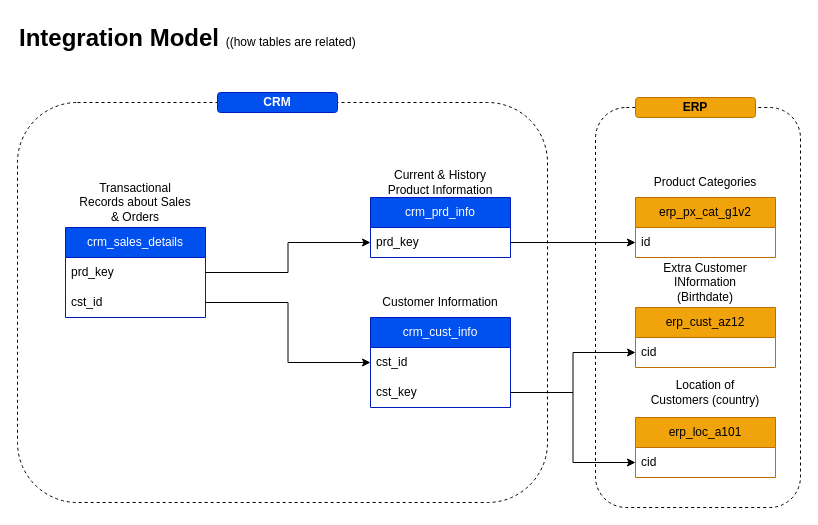
The draw.io diagram docs/integrationModel.drawio in felipeft/sql-data-warehouse-project, before the edit. Source tidied: cells renumbered, new cells numbered last; positions are measured from the earlier drawing's top-left corner, leaving out a move shared by most shapes. Both pictures are drawn from the tidied source at 100%, with x=0, y=0 at pixel (17, 17).
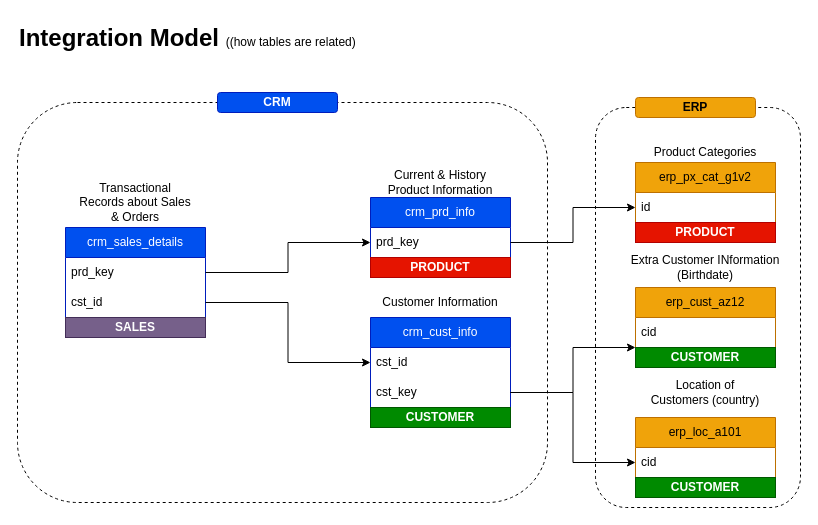
After the change.

What changed in the source:
```diff
@@
+    <mxCell id="29" style="rounded=1;whiteSpace=wrap;html=1;roundedPerimeter=1;fillColor=none;dashed=1;" parent="1" vertex="1">
+      <mxGeometry x="578" y="90" width="205" height="400" as="geometry" />
+    </mxCell>
@@
     <mxCell id="15" value="erp_cust_az12" style="swimlane;fontStyle=0;horizontal=1;startSize=30;whiteSpace=wrap;html=1;fillColor=#f0a30a;fontColor=#000000;strokeColor=#BD7000;" parent="1" vertex="1">
-      <mxGeometry x="618" y="290" width="140" height="60" as="geometry" />
+      <mxGeometry x="618" y="270" width="140" height="80" as="geometry" />
     </mxCell>
@@
+    <mxCell id="32" value="&lt;b&gt;CUSTOMER&lt;/b&gt;" style="rounded=0;whiteSpace=wrap;html=1;fillColor=#008a00;fontColor=#ffffff;strokeColor=#005700;" parent="15" vertex="1">
+      <mxGeometry y="60" width="140" height="20" as="geometry" />
+    </mxCell>
@@
     <mxCell id="20" value="Extra Customer INformation (Birthdate)" style="text;html=1;whiteSpace=wrap;strokeColor=none;fillColor=none;align=center;verticalAlign=middle;rounded=0;" parent="1" vertex="1">
-      <mxGeometry x="628" y="250" width="120" height="30" as="geometry" />
+      <mxGeometry x="602" y="235" width="172" height="30" as="geometry" />
     </mxCell>
@@
     <mxCell id="22" value="erp_px_cat_g1v2" style="swimlane;fontStyle=0;horizontal=1;startSize=30;whiteSpace=wrap;html=1;fillColor=#f0a30a;fontColor=#000000;strokeColor=#BD7000;" parent="1" vertex="1">
-      <mxGeometry x="618" y="180" width="140" height="60" as="geometry" />
+      <mxGeometry x="618" y="145" width="140" height="60" as="geometry" />
     </mxCell>
@@
     <mxCell id="26" value="Product Categories" style="text;html=1;whiteSpace=wrap;strokeColor=none;fillColor=none;align=center;verticalAlign=middle;rounded=0;" parent="1" vertex="1">
-      <mxGeometry x="628" y="150" width="120" height="30" as="geometry" />
+      <mxGeometry x="628" y="120" width="120" height="30" as="geometry" />
     </mxCell>
@@
-    <mxCell id="29" style="rounded=1;whiteSpace=wrap;html=1;roundedPerimeter=1;fillColor=none;dashed=1;" parent="1" vertex="1">
-      <mxGeometry x="578" y="90" width="205" height="400" as="geometry" />
-    </mxCell>
@@
+    <mxCell id="33" value="&lt;b&gt;PRODUCT&lt;/b&gt;" style="rounded=0;whiteSpace=wrap;html=1;fillColor=#e51400;fontColor=#ffffff;strokeColor=#B20000;" parent="1" vertex="1">
+      <mxGeometry x="353" y="240" width="140" height="20" as="geometry" />
+    </mxCell>
+    <mxCell id="34" value="&lt;b&gt;PRODUCT&lt;/b&gt;" style="rounded=0;whiteSpace=wrap;html=1;fillColor=#e51400;fontColor=#ffffff;strokeColor=#B20000;" parent="1" vertex="1">
+      <mxGeometry x="618" y="205" width="140" height="20" as="geometry" />
+    </mxCell>
+    <mxCell id="35" value="&lt;b&gt;CUSTOMER&lt;/b&gt;" style="rounded=0;whiteSpace=wrap;html=1;fillColor=#008a00;fontColor=#ffffff;strokeColor=#005700;" parent="1" vertex="1">
+      <mxGeometry x="353" y="390" width="140" height="20" as="geometry" />
+    </mxCell>
+    <mxCell id="36" value="&lt;b&gt;SALES&lt;/b&gt;" style="rounded=0;whiteSpace=wrap;html=1;fillColor=#76608a;strokeColor=#432D57;fontColor=#ffffff;" parent="1" vertex="1">
+      <mxGeometry x="48" y="300" width="140" height="20" as="geometry" />
+    </mxCell>
+    <mxCell id="37" value="&lt;b&gt;CUSTOMER&lt;/b&gt;" style="rounded=0;whiteSpace=wrap;html=1;fillColor=#008a00;fontColor=#ffffff;strokeColor=#005700;" parent="1" vertex="1">
+      <mxGeometry x="618" y="460" width="140" height="20" as="geometry" />
+    </mxCell>
```
